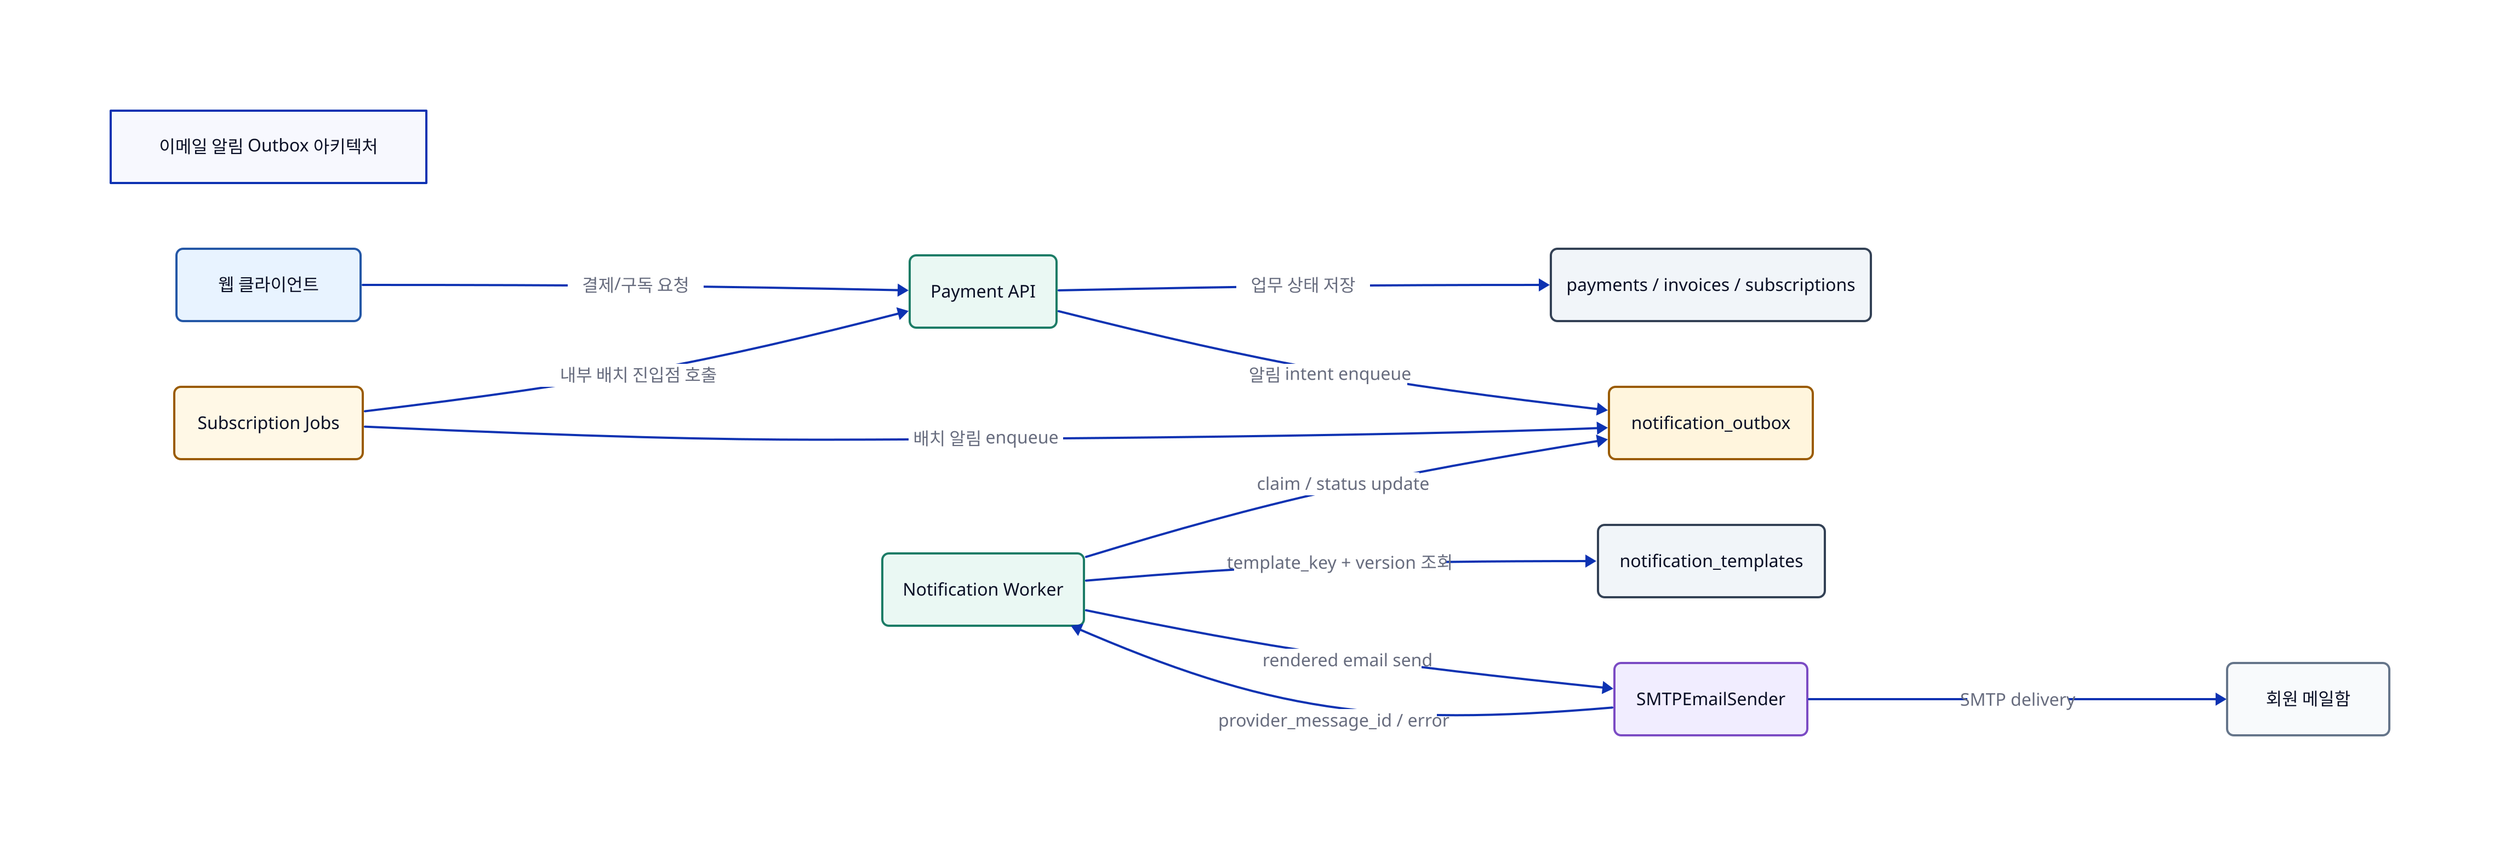
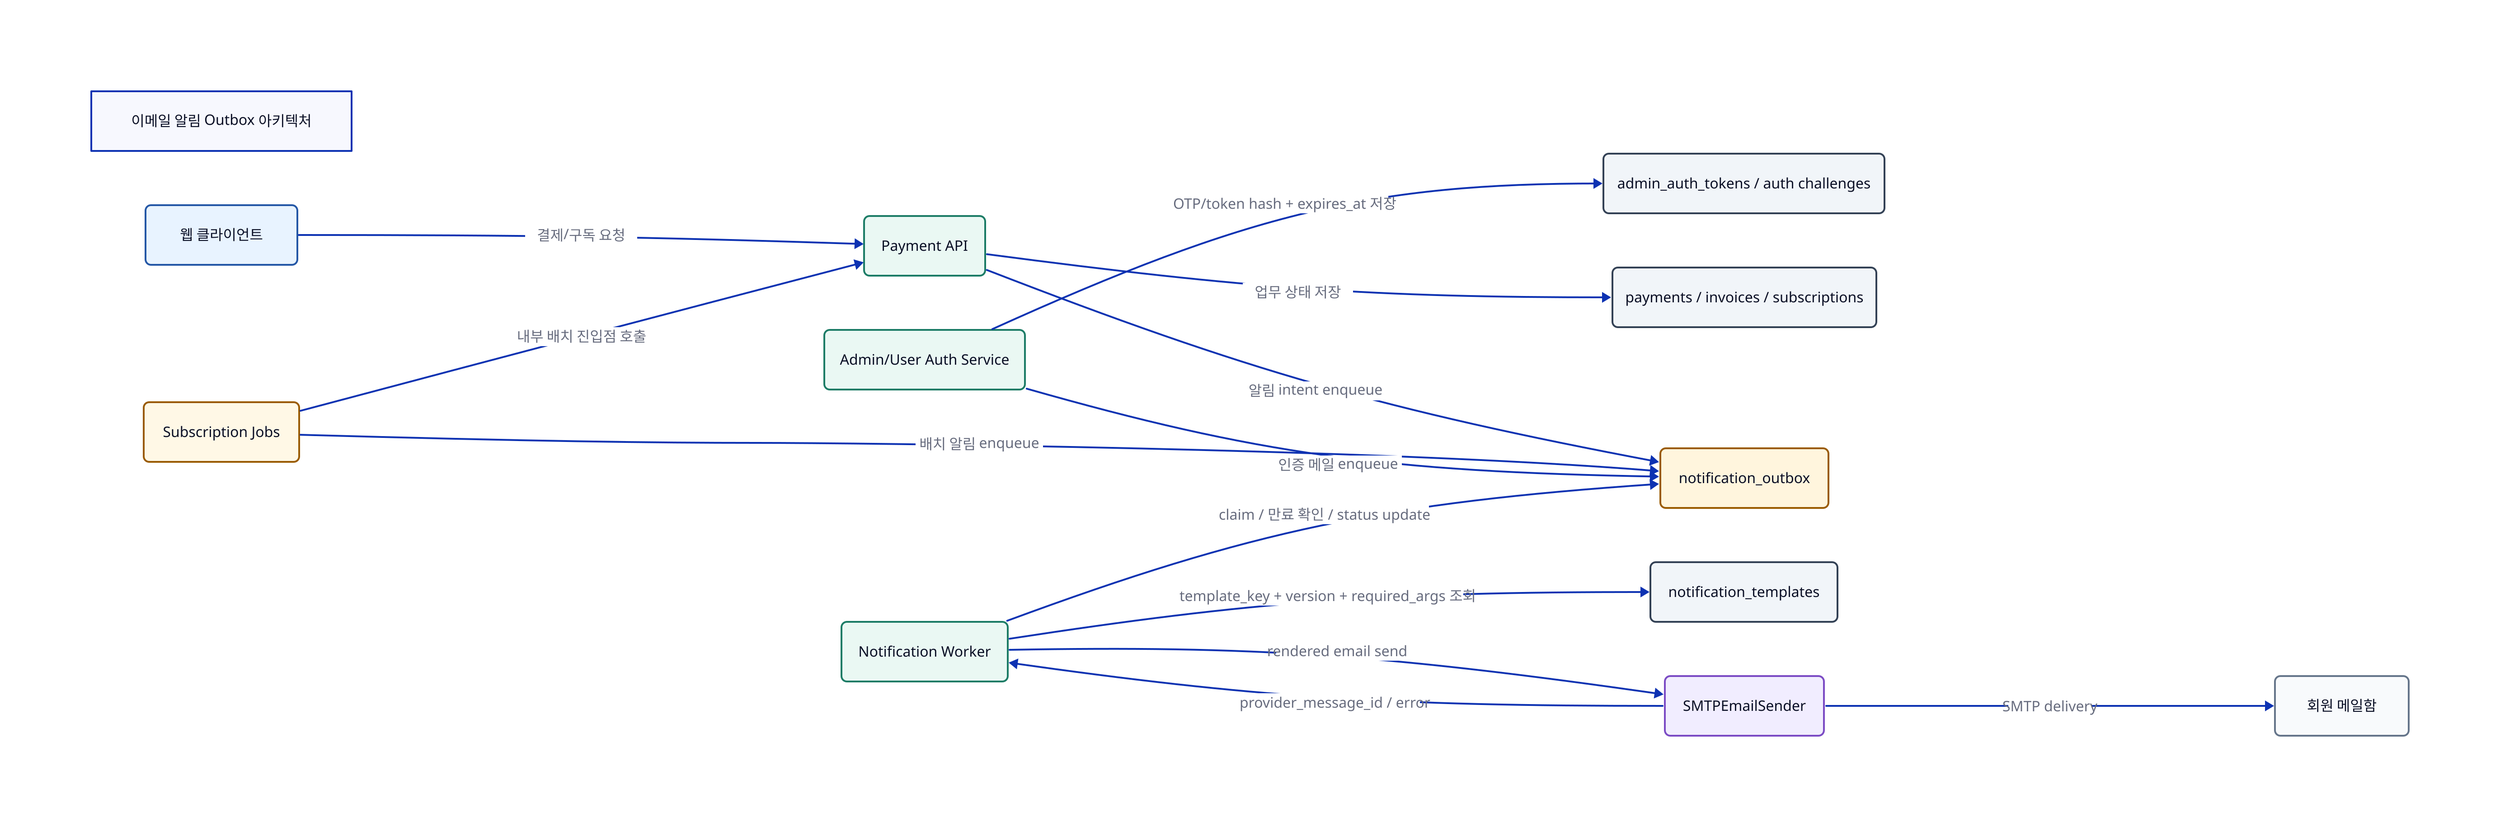
direction: right
title: "이메일 알림 Outbox 아키텍처"

client: "웹 클라이언트" {
  shape: rectangle
  style.fill: "#e8f3ff"
  style.stroke: "#2457a6"
  style.border-radius: 6
}
payment_api: "Payment API" {
  shape: rectangle
  style.fill: "#eaf8f3"
  style.stroke: "#1c7c66"
  style.border-radius: 6
}
subscription_jobs: "Subscription Jobs" {
  shape: rectangle
  style.fill: "#fff8e6"
  style.stroke: "#9a5b00"
+   style.border-radius: 6
+ }
+ auth_service: "Admin/User Auth Service" {
+   shape: rectangle
+   style.fill: "#eaf8f3"
+   style.stroke: "#1c7c66"
+   style.border-radius: 6
+ }
+ auth_tokens: "admin_auth_tokens / auth challenges" {
+   shape: rectangle
+   style.fill: "#f1f5f9"
+   style.stroke: "#334155"
  style.border-radius: 6
}
business_state: "payments / invoices / subscriptions" {
  shape: rectangle
  style.fill: "#f1f5f9"
  style.stroke: "#334155"
  style.border-radius: 6
}
notification_outbox: "notification_outbox" {
  shape: rectangle
  style.fill: "#fff5dd"
  style.stroke: "#9a5b00"
  style.border-radius: 6
}
notification_templates: "notification_templates" {
  shape: rectangle
  style.fill: "#f1f5f9"
  style.stroke: "#334155"
  style.border-radius: 6
}
notification_worker: "Notification Worker" {
  shape: rectangle
  style.fill: "#eaf8f3"
  style.stroke: "#1c7c66"
  style.border-radius: 6
}
smtp_adapter: "SMTPEmailSender" {
  shape: rectangle
  style.fill: "#f1edff"
  style.stroke: "#7b4bc4"
  style.border-radius: 6
}
mailbox: "회원 메일함" {
  shape: rectangle
  style.fill: "#f8fafc"
  style.stroke: "#65758a"
  style.border-radius: 6
}

client -> payment_api: "결제/구독 요청"
subscription_jobs -> payment_api: "내부 배치 진입점 호출"
payment_api -> business_state: "업무 상태 저장"
payment_api -> notification_outbox: "알림 intent enqueue"
subscription_jobs -> notification_outbox: "배치 알림 enqueue"
- notification_worker -> notification_outbox: "claim / status update"
- notification_worker -> notification_templates: "template_key + version 조회"
+ auth_service -> auth_tokens: "OTP/token hash + expires_at 저장"
+ auth_service -> notification_outbox: "인증 메일 enqueue"
+ notification_worker -> notification_outbox: "claim / 만료 확인 / status update"
+ notification_worker -> notification_templates: "template_key + version + required_args 조회"
notification_worker -> smtp_adapter: "rendered email send"
smtp_adapter -> mailbox: "SMTP delivery"
smtp_adapter -> notification_worker: "provider_message_id / error"
